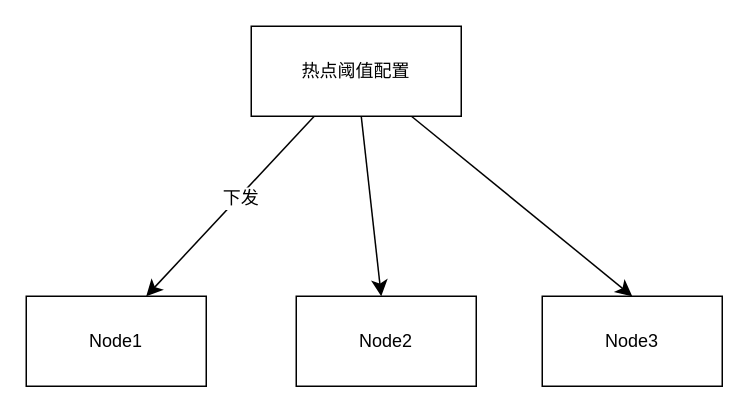
Above: 未命名绘图.drawio in codingWhat/drawio (draw.io), before the change. Source tidied: cells renumbered, new cells numbered last; positions are measured from the earlier drawing's top-left corner, leaving out a move shared by most shapes. Both pictures are drawn from the tidied source at 150%, with x=0, y=0 at pixel (26, 26).
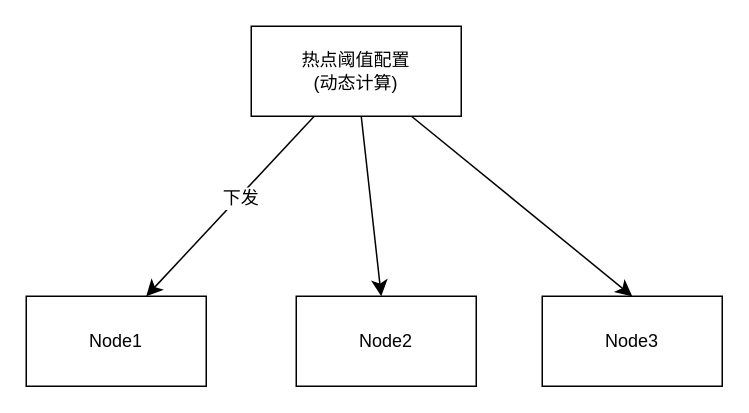
The same page after the edit.

Commit message (it also covers changes not shown here):
更新未命名绘图.drawio

Diff of the diagram source:
```diff
@@
 <mxGraphModel>
   <root>
     <mxCell id="0" />
     <mxCell id="1" parent="0" />
     <mxCell id="2" style="edgeStyle=none;curved=1;rounded=0;jettySize=auto;html=1;fontSize=12;startSize=8;endSize=8;" parent="1" edge="1" source="6">
       <mxGeometry relative="1" as="geometry">
         <mxPoint x="80" y="180" as="targetPoint" />
       </mxGeometry>
     </mxCell>
     <mxCell id="3" value="下发" style="edgeLabel;html=1;align=center;verticalAlign=middle;fontSize=12;" parent="2" vertex="1">
       <mxGeometry x="-0.1" y="1" relative="1" as="geometry" />
     </mxCell>
     <mxCell id="4" style="edgeStyle=none;curved=1;rounded=0;jettySize=auto;html=1;fontSize=12;startSize=8;endSize=8;" parent="1" edge="1" source="6" target="8">
       <mxGeometry relative="1" as="geometry" />
     </mxCell>
     <mxCell id="5" style="edgeStyle=none;curved=1;rounded=0;jettySize=auto;html=1;entryX=0.5;entryY=0;entryDx=0;entryDy=0;fontSize=12;startSize=8;endSize=8;" parent="1" edge="1" source="6" target="9">
       <mxGeometry relative="1" as="geometry" />
     </mxCell>
-    <mxCell id="6" value="热点阈值配置" style="rounded=0;whiteSpace=wrap;html=1;" parent="1" vertex="1">
+    <mxCell id="6" value="热点阈值配置&lt;br&gt;(动态计算)" style="rounded=0;whiteSpace=wrap;html=1;" parent="1" vertex="1">
       <mxGeometry x="150" width="140" height="60" as="geometry" />
     </mxCell>
     <mxCell id="7" value="Node1" style="rounded=0;whiteSpace=wrap;html=1;" parent="1" vertex="1">
       <mxGeometry y="180" width="120" height="60" as="geometry" />
     </mxCell>
     <mxCell id="8" value="Node2" style="rounded=0;whiteSpace=wrap;html=1;" parent="1" vertex="1">
       <mxGeometry x="180" y="180" width="120" height="60" as="geometry" />
     </mxCell>
     <mxCell id="9" value="Node3" style="rounded=0;whiteSpace=wrap;html=1;" parent="1" vertex="1">
       <mxGeometry x="344" y="180" width="120" height="60" as="geometry" />
     </mxCell>
   </root>
 </mxGraphModel>
```
